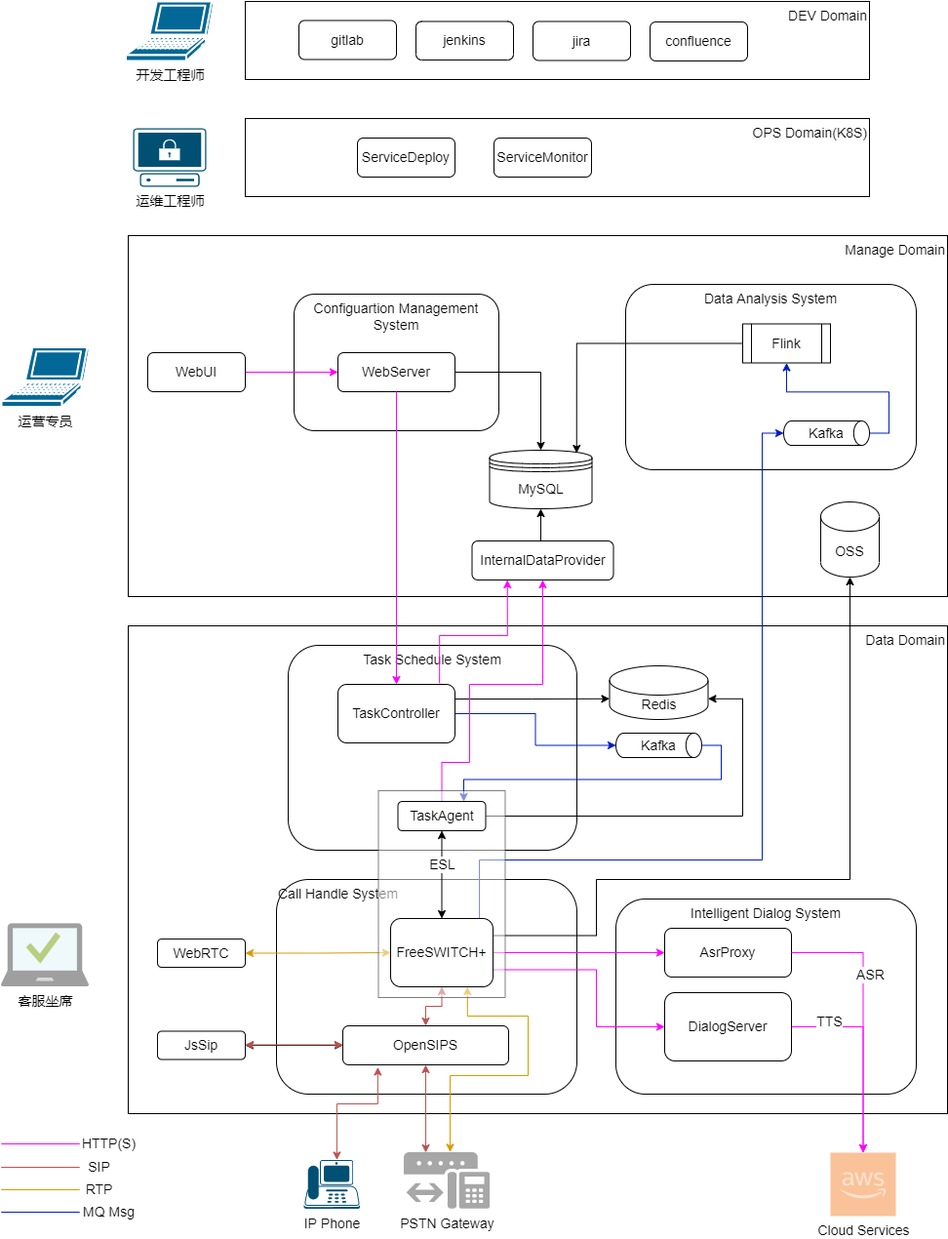
Before: aicc_architecture.drawio.png, a diagram exported from draw.io (yinzhaoyang/caas). Source tidied: cells renumbered, new cells last; positions are measured from the earlier drawing's top-left corner, leaving out a move shared by most shapes.
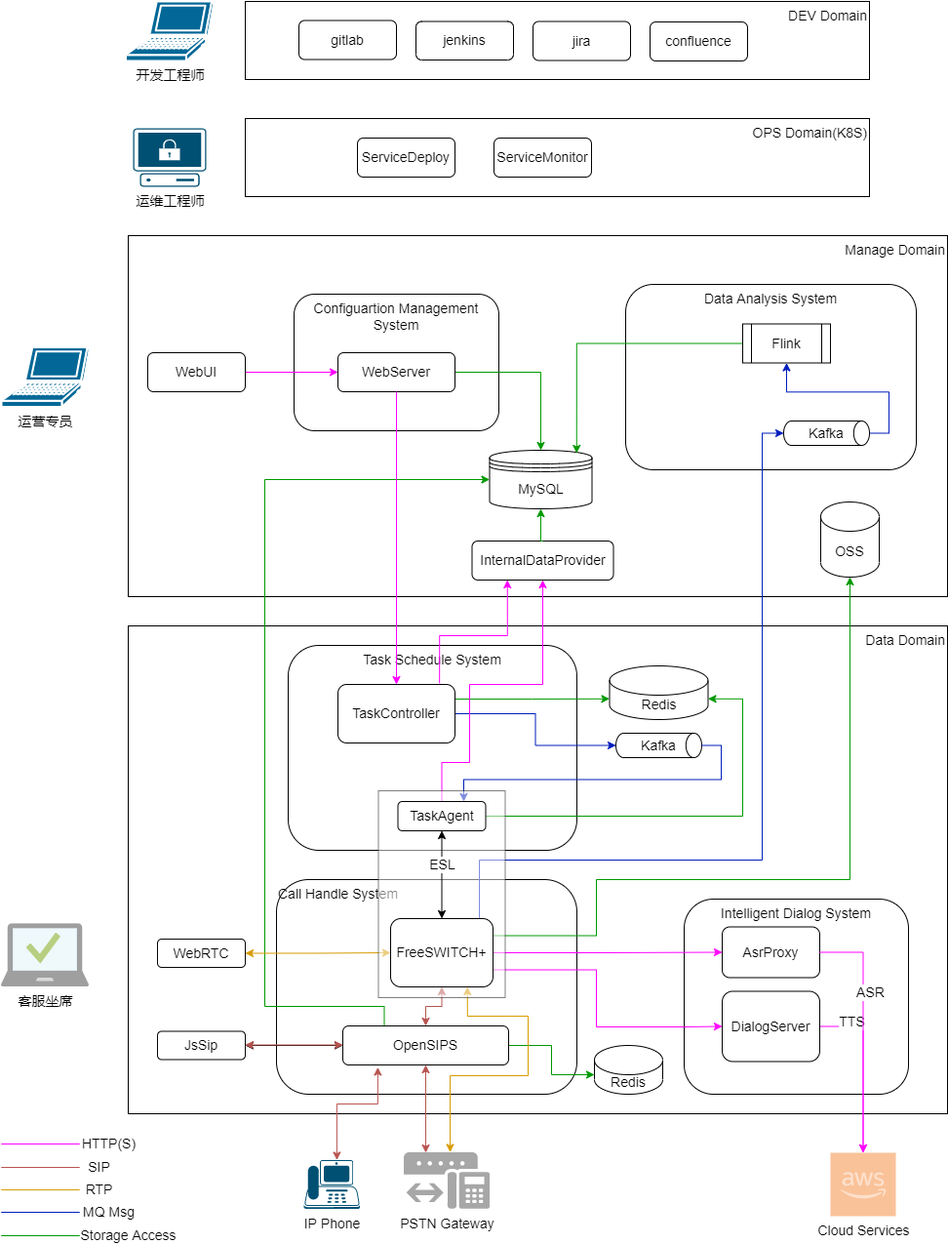
Above is the later version.

Change to the diagram source:
```diff
@@ -53,7 +53,7 @@
     <mxCell id="18" value="WebUI" style="rounded=1;whiteSpace=wrap;html=1;glass=0;sketch=0;fontSize=14;" parent="1" vertex="1">
       <mxGeometry x="150" y="360" width="100" height="40" as="geometry" />
     </mxCell>
-    <mxCell id="19" style="edgeStyle=orthogonalEdgeStyle;rounded=0;jettySize=auto;html=1;exitX=1;exitY=0.5;exitDx=0;exitDy=0;fontSize=14;startArrow=none;startFill=0;" parent="1" edge="1" source="20" target="46">
+    <mxCell id="19" style="edgeStyle=orthogonalEdgeStyle;rounded=0;jettySize=auto;html=1;exitX=1;exitY=0.5;exitDx=0;exitDy=0;fontSize=14;startArrow=none;startFill=0;strokeColor=#009900;" parent="1" edge="1" source="20" target="46">
       <mxGeometry relative="1" as="geometry" />
     </mxCell>
     <mxCell id="20" value="WebServer" style="rounded=1;whiteSpace=wrap;html=1;glass=0;sketch=0;fontSize=14;" parent="1" vertex="1">
@@ -73,7 +73,7 @@
         </Array>
       </mxGeometry>
     </mxCell>
-    <mxCell id="24" style="edgeStyle=orthogonalEdgeStyle;rounded=0;jettySize=auto;html=1;exitX=1;exitY=0.25;exitDx=0;exitDy=0;entryX=0;entryY=0;entryDx=0;entryDy=33.75;entryPerimeter=0;fontSize=14;startArrow=none;startFill=0;strokeColor=#000000;" parent="1" edge="1" source="25" target="45">
+    <mxCell id="24" style="edgeStyle=orthogonalEdgeStyle;rounded=0;jettySize=auto;html=1;exitX=1;exitY=0.25;exitDx=0;exitDy=0;entryX=0;entryY=0;entryDx=0;entryDy=33.75;entryPerimeter=0;fontSize=14;startArrow=none;startFill=0;strokeColor=#009900;" parent="1" edge="1" source="25" target="45">
       <mxGeometry relative="1" as="geometry" />
     </mxCell>
     <mxCell id="25" value="TaskController" style="rounded=1;whiteSpace=wrap;html=1;glass=0;sketch=0;fontSize=14;" parent="1" vertex="1">
@@ -89,7 +89,7 @@
         </Array>
       </mxGeometry>
     </mxCell>
-    <mxCell id="27" style="edgeStyle=orthogonalEdgeStyle;rounded=0;jettySize=auto;html=1;exitX=1;exitY=0.5;exitDx=0;exitDy=0;entryX=1;entryY=0;entryDx=0;entryDy=33.75;entryPerimeter=0;fontSize=14;startArrow=none;startFill=0;strokeColor=#000000;" parent="1" edge="1" source="71" target="45">
+    <mxCell id="27" style="edgeStyle=orthogonalEdgeStyle;rounded=0;jettySize=auto;html=1;exitX=1;exitY=0.5;exitDx=0;exitDy=0;entryX=1;entryY=0;entryDx=0;entryDy=33.75;entryPerimeter=0;fontSize=14;startArrow=none;startFill=0;strokeColor=#009900;" parent="1" edge="1" source="71" target="45">
       <mxGeometry relative="1" as="geometry">
         <Array as="points">
           <mxPoint x="760" y="835" />
@@ -103,6 +103,18 @@
     <mxCell id="29" style="edgeStyle=orthogonalEdgeStyle;rounded=0;jettySize=auto;html=1;exitX=0.5;exitY=1;exitDx=0;exitDy=0;fontSize=14;startArrow=classic;startFill=1;fillColor=#f8cecc;strokeColor=#b85450;entryX=0.256;entryY=0.009;entryDx=0;entryDy=0;entryPerimeter=0;" parent="1" edge="1" source="30" target="36">
       <mxGeometry relative="1" as="geometry" />
     </mxCell>
+    <mxCell id="73" style="edgeStyle=orthogonalEdgeStyle;rounded=0;jettySize=auto;html=1;exitX=1;exitY=0.5;exitDx=0;exitDy=0;entryX=0;entryY=0;entryDx=0;entryDy=30;entryPerimeter=0;strokeColor=#009900;" parent="1" edge="1" source="30" target="75">
+      <mxGeometry relative="1" as="geometry" />
+    </mxCell>
+    <mxCell id="74" style="edgeStyle=orthogonalEdgeStyle;rounded=0;jettySize=auto;html=1;exitX=0.25;exitY=0;exitDx=0;exitDy=0;entryX=0;entryY=0.5;entryDx=0;entryDy=0;strokeColor=#009900;" parent="1" edge="1" source="30" target="46">
+      <mxGeometry relative="1" as="geometry">
+        <Array as="points">
+          <mxPoint x="393" y="1030" />
+          <mxPoint x="270" y="1030" />
+          <mxPoint x="270" y="490" />
+        </Array>
+      </mxGeometry>
+    </mxCell>
     <mxCell id="30" value="OpenSIPS" style="rounded=1;whiteSpace=wrap;html=1;glass=0;sketch=0;fontSize=14;" parent="1" vertex="1">
       <mxGeometry x="350" y="1050" width="170" height="40" as="geometry" />
     </mxCell>
@@ -120,19 +132,19 @@
       </mxGeometry>
     </mxCell>
     <mxCell id="33" value="Intelligent Dialog System" style="rounded=1;whiteSpace=wrap;html=1;fontSize=14;align=center;verticalAlign=top;glass=0;sketch=0;" parent="1" vertex="1">
-      <mxGeometry x="630" y="920" width="308" height="200" as="geometry" />
+      <mxGeometry x="700" y="920" width="230" height="200" as="geometry" />
     </mxCell>
     <mxCell id="34" value="TTS" style="edgeStyle=orthogonalEdgeStyle;rounded=0;jettySize=auto;html=1;exitX=1;exitY=0.5;exitDx=0;exitDy=0;fontSize=14;startArrow=none;startFill=0;strokeColor=#FF00FF;fillColor=#008a00;" parent="1" edge="1" source="35" target="40">
       <mxGeometry x="-0.62" y="5" relative="1" as="geometry" />
     </mxCell>
     <mxCell id="35" value="DialogServer" style="rounded=1;whiteSpace=wrap;html=1;glass=0;sketch=0;fontSize=14;" parent="1" vertex="1">
-      <mxGeometry x="680" y="1016" width="130" height="70" as="geometry" />
+      <mxGeometry x="739" y="1014.5" width="100" height="72" as="geometry" />
     </mxCell>
     <mxCell id="36" value="PSTN Gateway" style="sketch=0;shadow=0;dashed=0;html=1;strokeColor=none;fillColor=#505050;labelPosition=center;verticalLabelPosition=bottom;verticalAlign=top;outlineConnect=0;align=center;shape=mxgraph.office.communications.hybrid_voip_gateway;glass=0;fontSize=14;opacity=50;" parent="1" vertex="1">
       <mxGeometry x="412.5" y="1179.5" width="88" height="58" as="geometry" />
     </mxCell>
     <mxCell id="37" value="AsrProxy" style="rounded=1;whiteSpace=wrap;html=1;glass=0;sketch=0;fontSize=14;" parent="1" vertex="1">
-      <mxGeometry x="680" y="950" width="130" height="50" as="geometry" />
+      <mxGeometry x="739" y="948.5" width="100" height="52" as="geometry" />
     </mxCell>
     <mxCell id="38" style="edgeStyle=orthogonalEdgeStyle;rounded=0;jettySize=auto;html=1;exitX=1;exitY=0.5;exitDx=0;exitDy=0;entryX=0;entryY=0.5;entryDx=0;entryDy=0;fontSize=14;startArrow=none;startFill=0;strokeColor=#FF00FF;fillColor=#cdeb8b;" parent="1" edge="1" source="72" target="37">
       <mxGeometry relative="1" as="geometry" />
@@ -142,6 +154,8 @@
         <Array as="points">
           <mxPoint x="610" y="993" />
           <mxPoint x="610" y="1051" />
+          <mxPoint x="700" y="1051" />
+          <mxPoint x="700" y="1050" />
         </Array>
       </mxGeometry>
     </mxCell>
@@ -172,7 +186,7 @@
     <mxCell id="48" value="Kafka" style="strokeWidth=1;html=1;shape=mxgraph.flowchart.direct_data;whiteSpace=wrap;glass=0;sketch=0;fontSize=14;fillColor=default;gradientColor=none;" parent="1" vertex="1">
       <mxGeometry x="802" y="430" width="88" height="25" as="geometry" />
     </mxCell>
-    <mxCell id="49" style="edgeStyle=orthogonalEdgeStyle;rounded=0;jettySize=auto;html=1;exitX=0;exitY=0.5;exitDx=0;exitDy=0;entryX=0.85;entryY=0.05;entryDx=0;entryDy=0;fontSize=14;startArrow=none;startFill=0;entryPerimeter=0;" parent="1" edge="1" source="50" target="46">
+    <mxCell id="49" style="edgeStyle=orthogonalEdgeStyle;rounded=0;jettySize=auto;html=1;exitX=0;exitY=0.5;exitDx=0;exitDy=0;entryX=0.85;entryY=0.05;entryDx=0;entryDy=0;fontSize=14;startArrow=none;startFill=0;entryPerimeter=0;strokeColor=#009900;" parent="1" edge="1" source="50" target="46">
       <mxGeometry relative="1" as="geometry" />
     </mxCell>
     <mxCell id="50" value="Flink" style="shape=process;whiteSpace=wrap;html=1;backgroundOutline=1;glass=0;sketch=0;fontSize=14;strokeWidth=1;fillColor=default;gradientColor=none;" parent="1" vertex="1">
@@ -255,7 +269,7 @@
         </Array>
       </mxGeometry>
     </mxCell>
-    <mxCell id="63" style="edgeStyle=orthogonalEdgeStyle;rounded=0;jettySize=auto;html=1;fontSize=14;startArrow=none;startFill=0;entryX=0.5;entryY=1;entryDx=0;entryDy=0;exitX=0.5;exitY=0;exitDx=0;exitDy=0;" parent="1" edge="1" source="57" target="46">
+    <mxCell id="63" style="edgeStyle=orthogonalEdgeStyle;rounded=0;jettySize=auto;html=1;fontSize=14;startArrow=none;startFill=0;entryX=0.5;entryY=1;entryDx=0;entryDy=0;exitX=0.5;exitY=0;exitDx=0;exitDy=0;strokeColor=#009900;" parent="1" edge="1" source="57" target="46">
       <mxGeometry relative="1" as="geometry" />
     </mxCell>
     <mxCell id="64" value="IP Phone" style="points=[[0.59,0,0],[0.87,0.015,0],[0.88,0.3,0],[0.99,0.99,0],[0.5,1,0],[0.01,0.99,0],[0.075,0.5,0],[0.17,0.115,0]];verticalLabelPosition=bottom;sketch=0;html=1;verticalAlign=top;align=center;shape=mxgraph.cisco19.ip_phone;fillColor=#005073;strokeColor=none;glass=0;fontSize=14;" parent="1" vertex="1">
@@ -272,7 +286,7 @@
     <mxCell id="66" value="OSS" style="shape=cylinder3;whiteSpace=wrap;html=1;boundedLbl=1;backgroundOutline=1;size=15;glass=0;sketch=0;fontSize=14;strokeWidth=1;fillColor=default;gradientColor=none;" parent="1" vertex="1">
       <mxGeometry x="840" y="513" width="60" height="77" as="geometry" />
     </mxCell>
-    <mxCell id="67" style="edgeStyle=orthogonalEdgeStyle;rounded=0;jettySize=auto;html=1;exitX=1;exitY=0.25;exitDx=0;exitDy=0;entryX=0.5;entryY=1;entryDx=0;entryDy=0;entryPerimeter=0;fontSize=14;startArrow=none;startFill=0;strokeColor=#000000;" parent="1" edge="1" source="72" target="66">
+    <mxCell id="67" style="edgeStyle=orthogonalEdgeStyle;rounded=0;jettySize=auto;html=1;exitX=1;exitY=0.25;exitDx=0;exitDy=0;entryX=0.5;entryY=1;entryDx=0;entryDy=0;entryPerimeter=0;fontSize=14;startArrow=none;startFill=0;strokeColor=#009900;" parent="1" edge="1" source="72" target="66">
       <mxGeometry relative="1" as="geometry">
         <Array as="points">
           <mxPoint x="610" y="958" />
@@ -296,5 +310,18 @@
     <mxCell id="72" value="FreeSWITCH+" style="rounded=1;whiteSpace=wrap;html=1;glass=0;sketch=0;fontSize=14;" parent="1" vertex="1">
       <mxGeometry x="399" y="940" width="105" height="70" as="geometry" />
     </mxCell>
+    <mxCell id="75" value="Redis" style="shape=cylinder3;whiteSpace=wrap;html=1;boundedLbl=1;backgroundOutline=1;size=15;glass=0;sketch=0;fontSize=14;fillColor=default;gradientColor=none;" parent="1" vertex="1">
+      <mxGeometry x="608" y="1070" width="70" height="50" as="geometry" />
+    </mxCell>
+    <mxCell id="76" value="Storage Access" style="endArrow=none;html=1;rounded=0;fontSize=14;fillColor=#0050ef;strokeColor=#009900;" parent="1" edge="1">
+      <mxGeometry y="-50" relative="1" as="geometry">
+        <mxPoint y="1265" as="sourcePoint" />
+        <mxPoint y="1265" as="targetPoint" />
+        <Array as="points">
+          <mxPoint x="80" y="1265" />
+        </Array>
+        <mxPoint x="50" y="50" as="offset" />
+      </mxGeometry>
+    </mxCell>
   </root>
 </mxGraphModel>
```
